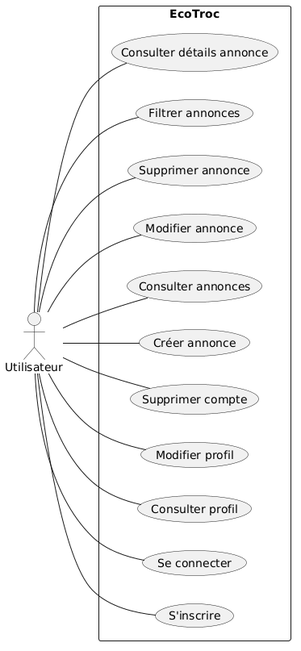
JubEfrei/EcoTroc keeps this PlantUML diagram as docs/UseCaseEcoTroc.png. Above is the earlier version.
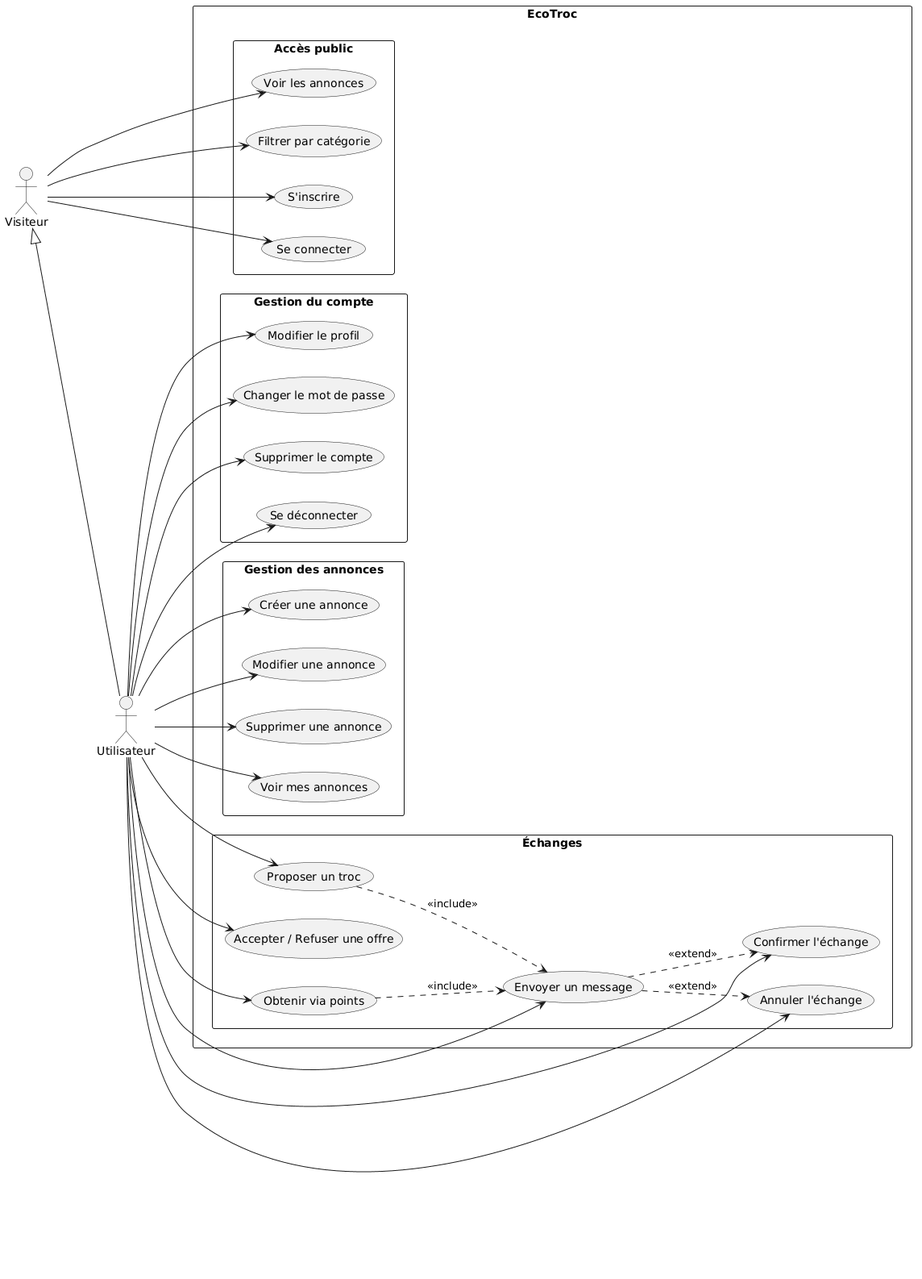
Later version of the same file.

What changed in the source:
```diff
@@ -1,21 +1,67 @@
 @startuml
 left to right direction
+skinparam packageStyle rectangle
 
+actor Visiteur
 actor Utilisateur
 
-rectangle EcoTroc {
-Utilisateur -- (S'inscrire)
-Utilisateur -- (Se connecter)
-Utilisateur -- (Consulter profil)
-Utilisateur -- (Modifier profil)
-Utilisateur -- (Supprimer compte)
+Visiteur <|-- Utilisateur
 
-Utilisateur -- (Créer annonce)
-Utilisateur -- (Consulter annonces)
-Utilisateur -- (Modifier annonce)
-Utilisateur -- (Supprimer annonce)
+rectangle "EcoTroc" {
 
-Utilisateur -- (Filtrer annonces)
-Utilisateur -- (Consulter détails annonce)
+  package "Accès public" {
+    usecase "Voir les annonces" as UC1
+    usecase "Filtrer par catégorie" as UC2
+    usecase "S'inscrire" as UC3
+    usecase "Se connecter" as UC4
+  }
+
+  package "Gestion du compte" {
+    usecase "Modifier le profil" as UC5
+    usecase "Changer le mot de passe" as UC6
+    usecase "Supprimer le compte" as UC7
+    usecase "Se déconnecter" as UC8
+  }
+
+  package "Gestion des annonces" {
+    usecase "Créer une annonce" as UC9
+    usecase "Modifier une annonce" as UC10
+    usecase "Supprimer une annonce" as UC11
+    usecase "Voir mes annonces" as UC12
+  }
+
+  package "Échanges" {
+    usecase "Proposer un troc" as UC13
+    usecase "Obtenir via points" as UC14
+    usecase "Accepter / Refuser une offre" as UC15
+    usecase "Envoyer un message" as UC16
+    usecase "Confirmer l'échange" as UC17
+    usecase "Annuler l'échange" as UC18
+  }
 }
+
+Visiteur --> UC1
+Visiteur --> UC2
+Visiteur --> UC3
+Visiteur --> UC4
+
+Utilisateur --> UC5
+Utilisateur --> UC6
+Utilisateur --> UC7
+Utilisateur --> UC8
+Utilisateur --> UC9
+Utilisateur --> UC10
+Utilisateur --> UC11
+Utilisateur --> UC12
+Utilisateur --> UC13
+Utilisateur --> UC14
+Utilisateur --> UC15
+Utilisateur --> UC16
+Utilisateur --> UC17
+Utilisateur --> UC18
+
+UC13 ..> UC16 : <<include>>
+UC14 ..> UC16 : <<include>>
+UC16 ..> UC17 : <<extend>>
+UC16 ..> UC18 : <<extend>>
 @enduml
```
